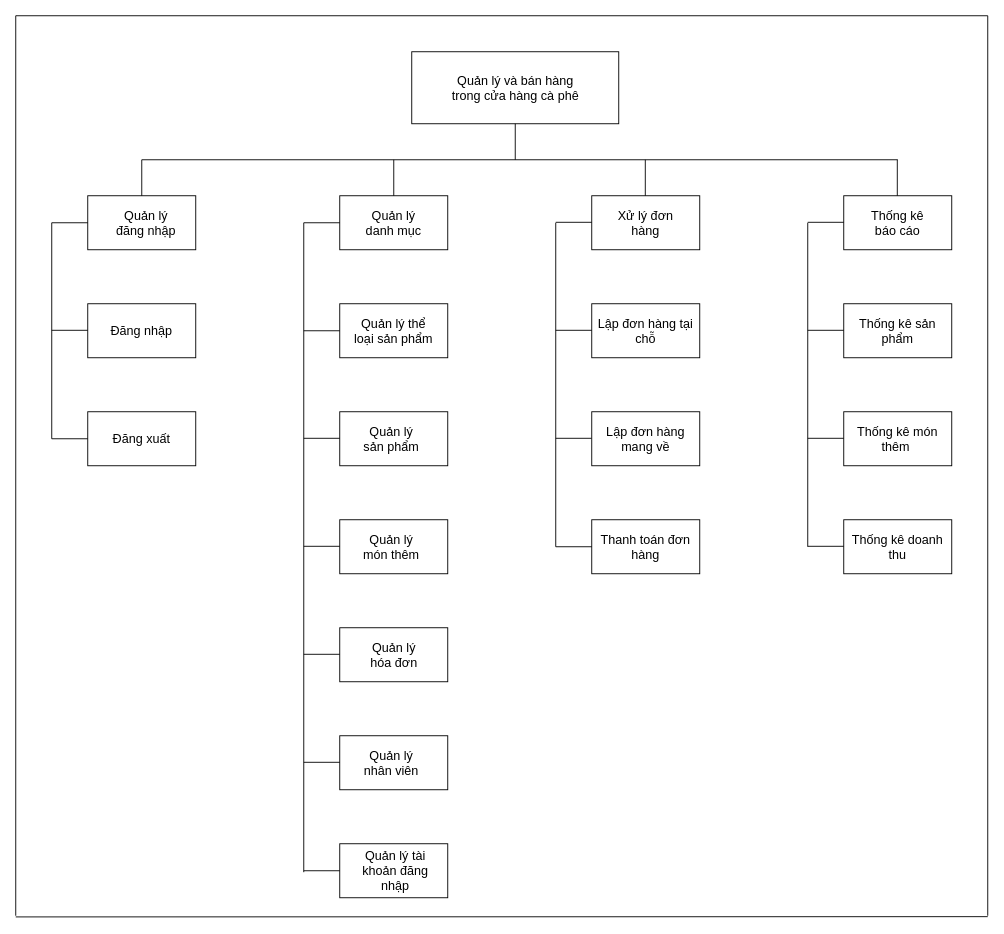
This is BFD&DFD/BFD&DFD mức 0, 1, 2, 3/BFD_Version_Final.drawio from hungtadasuke/CoffeShop_SoftwareTechnology, a draw.io file, before an edit. Source tidied: cells renumbered, new cells numbered last; positions are measured from the earlier drawing's top-left corner, leaving out a move shared by most shapes. Both pictures are drawn from the tidied source at 90%, with x=0, y=0 at pixel (15, 15).
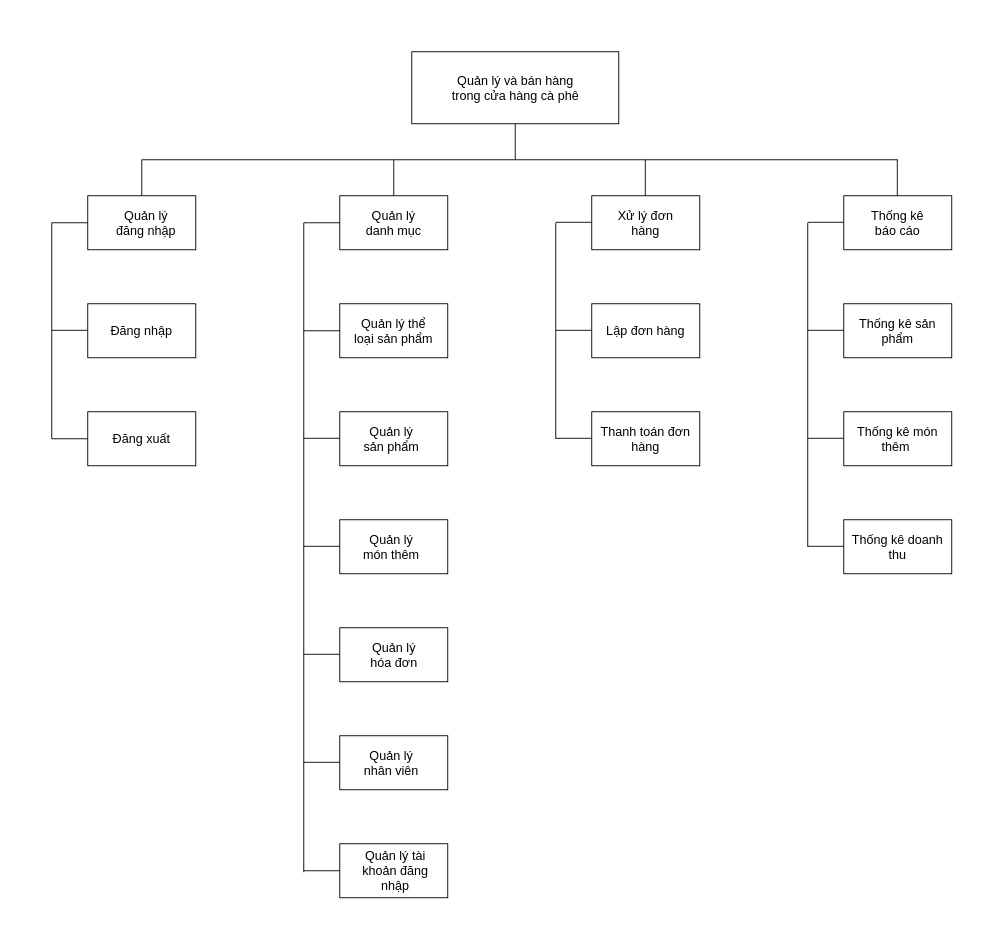
Above is the later version.

The edit, as a diff of the source:
```diff
@@
-    <mxCell id="32" value="Lập đơn hàng tại chỗ" style="rounded=0;whiteSpace=wrap;html=1;fontSize=14;" parent="1" vertex="1">
+    <mxCell id="32" value="Lập đơn hàng" style="rounded=0;whiteSpace=wrap;html=1;fontSize=14;" parent="1" vertex="1">
       <mxGeometry x="640" y="320" width="120" height="60" as="geometry" />
     </mxCell>
@@
     <mxCell id="50" style="endArrow=none;html=1;rounded=0;fontSize=14;" parent="1" edge="1">
       <mxGeometry relative="1" as="geometry">
-        <mxPoint x="600" y="590" as="sourcePoint" />
+        <mxPoint x="600" y="470" as="sourcePoint" />
         <mxPoint x="600" y="230" as="targetPoint" />
       </mxGeometry>
     </mxCell>
@@
-    <mxCell id="58" style="endArrow=none;html=1;rounded=0;fontSize=14;" parent="1" edge="1">
-      <mxGeometry relative="1" as="geometry">
-        <mxPoint y="1000" as="sourcePoint" />
-        <mxPoint as="targetPoint" />
-      </mxGeometry>
-    </mxCell>
-    <mxCell id="59" style="endArrow=none;html=1;rounded=0;fontSize=14;" parent="1" edge="1">
-      <mxGeometry relative="1" as="geometry">
-        <mxPoint y="1001.3" as="sourcePoint" />
-        <mxPoint x="1080" y="1001" as="targetPoint" />
-      </mxGeometry>
-    </mxCell>
-    <mxCell id="60" style="endArrow=none;html=1;rounded=0;fontSize=14;" parent="1" edge="1">
-      <mxGeometry relative="1" as="geometry">
-        <mxPoint x="1080" y="1000" as="sourcePoint" />
-        <mxPoint x="1080" as="targetPoint" />
-      </mxGeometry>
-    </mxCell>
-    <mxCell id="61" style="endArrow=none;html=1;rounded=0;fontSize=14;" parent="1" edge="1">
-      <mxGeometry relative="1" as="geometry">
-        <mxPoint as="sourcePoint" />
-        <mxPoint x="1080" as="targetPoint" />
-      </mxGeometry>
-    </mxCell>
-    <mxCell id="62" value="Lập đơn hàng mang về" style="rounded=0;whiteSpace=wrap;html=1;fontSize=14;" parent="1" vertex="1">
+    <mxCell id="62" value="Thanh toán đơn hàng" style="rounded=0;whiteSpace=wrap;html=1;fontSize=14;" parent="1" vertex="1">
       <mxGeometry x="640" y="440" width="120" height="60" as="geometry" />
     </mxCell>
@@
-    <mxCell id="65" value="Thanh toán đơn hàng" style="rounded=0;whiteSpace=wrap;html=1;fontSize=14;" parent="1" vertex="1">
-      <mxGeometry x="640" y="560" width="120" height="60" as="geometry" />
-    </mxCell>
-    <mxCell id="66" style="endArrow=none;html=1;rounded=0;entryX=0;entryY=0.5;entryDx=0;entryDy=0;" parent="1" edge="1" target="65">
-      <mxGeometry relative="1" as="geometry">
-        <mxPoint x="600" y="590" as="sourcePoint" />
-      </mxGeometry>
-    </mxCell>
```
